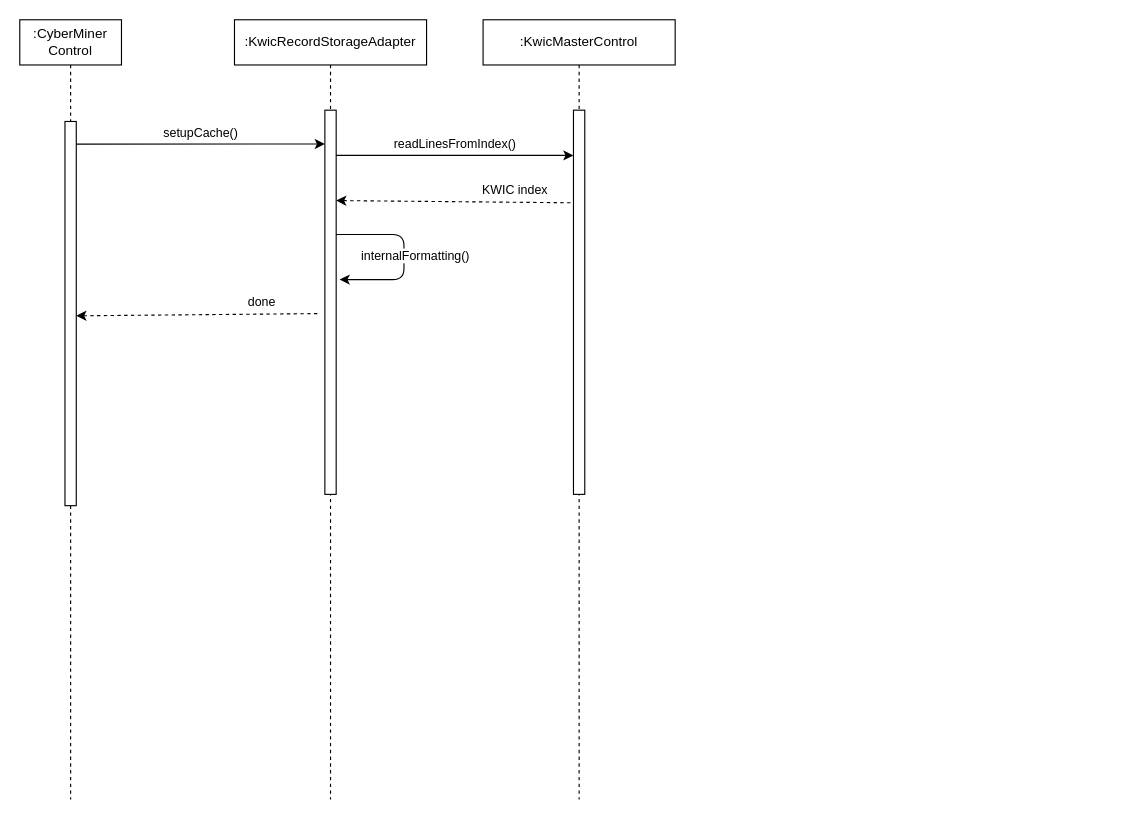
Above: To-Do List Builder/cyberminer_sequence_load_cache.drawio in kntnguyen94/To-Do-List-Builder (draw.io), before the change. Source tidied: cells renumbered, new cells numbered last; positions are measured from the earlier drawing's top-left corner, leaving out a move shared by most shapes. Both pictures are drawn from the tidied source at 113%, with x=0, y=0 at pixel (19, 19).
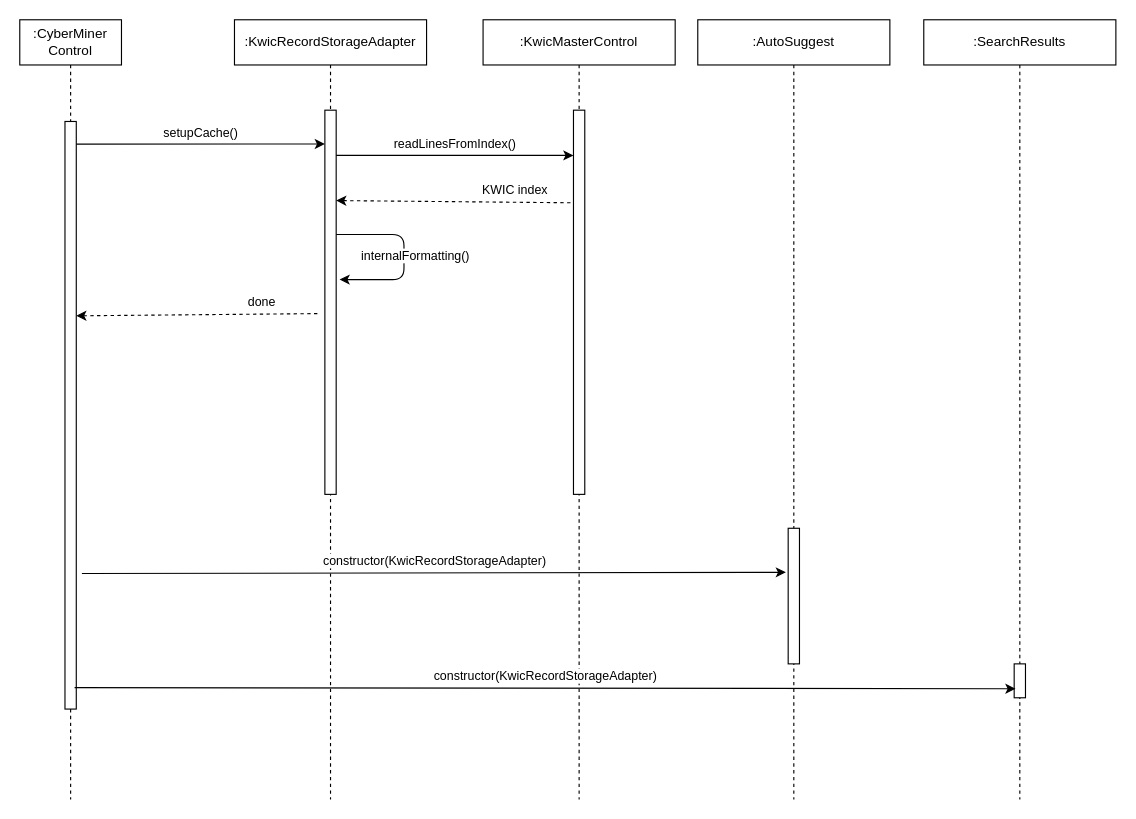
Above is the later version.

The change refers to these unchanged cells:
```xml
<mxCell id="2" value=":CyberMiner Control" style="shape=umlLifeline;perimeter=lifelinePerimeter;whiteSpace=wrap;html=1;" parent="1" vertex="1">
  <mxGeometry width="90" height="690" as="geometry" />
</mxCell>
```

The edit, as a diff of the source:
```diff
@@
     <mxCell id="3" style="html=1;perimeter=orthogonalPerimeter;" parent="2" vertex="1">
-      <mxGeometry x="40" y="90" width="10" height="340" as="geometry" />
+      <mxGeometry x="40" y="90" width="10" height="520" as="geometry" />
     </mxCell>
@@
+    <mxCell id="13" value=":AutoSuggest" style="shape=umlLifeline;perimeter=lifelinePerimeter;whiteSpace=wrap;html=1;" parent="1" vertex="1">
+      <mxGeometry x="600" width="170" height="690" as="geometry" />
+    </mxCell>
+    <mxCell id="14" style="html=1;points=[];perimeter=orthogonalPerimeter;" parent="13" vertex="1">
+      <mxGeometry x="80" y="450" width="10" height="120" as="geometry" />
+    </mxCell>
+    <mxCell id="15" value=":SearchResults" style="shape=umlLifeline;perimeter=lifelinePerimeter;whiteSpace=wrap;html=1;" parent="1" vertex="1">
+      <mxGeometry x="800" width="170" height="690" as="geometry" />
+    </mxCell>
+    <mxCell id="16" style="html=1;points=[];perimeter=orthogonalPerimeter;" parent="15" vertex="1">
+      <mxGeometry x="80" y="570" width="10" height="30" as="geometry" />
+    </mxCell>
+    <mxCell id="17" value="constructor(KwicRecordStorageAdapter)" style="endArrow=classic;html=1;entryX=-0.2;entryY=0.325;entryDx=0;entryDy=0;entryPerimeter=0;" parent="1" edge="1" target="14">
+      <mxGeometry y="10" relative="1" as="geometry">
+        <mxPoint x="55" y="490" as="sourcePoint" />
+      </mxGeometry>
+    </mxCell>
+    <mxCell id="18" value="constructor(KwicRecordStorageAdapter)" style="endArrow=classic;html=1;entryX=0.117;entryY=0.733;entryDx=0;entryDy=0;entryPerimeter=0;" parent="1" edge="1" target="16">
+      <mxGeometry y="10" relative="1" as="geometry">
+        <mxPoint x="48.5" y="591" as="sourcePoint" />
+      </mxGeometry>
+    </mxCell>
```
